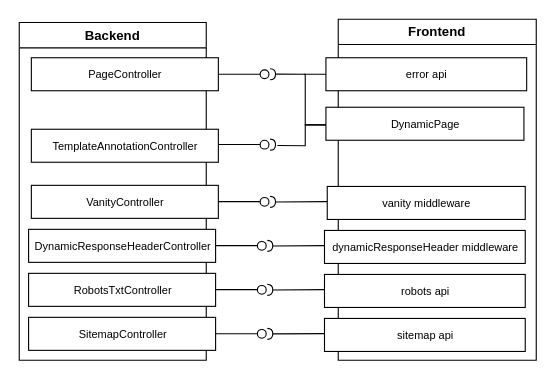
Earlier version of the draw.io diagram assets/backend-frontend.drawio (merkle-open/magnolia-headless). Source tidied: cells renumbered, new cells numbered last; positions are measured from the earlier drawing's top-left corner, leaving out a move shared by most shapes. Both pictures are drawn from the tidied source at 110%, with x=0, y=0 at pixel (19, 19).
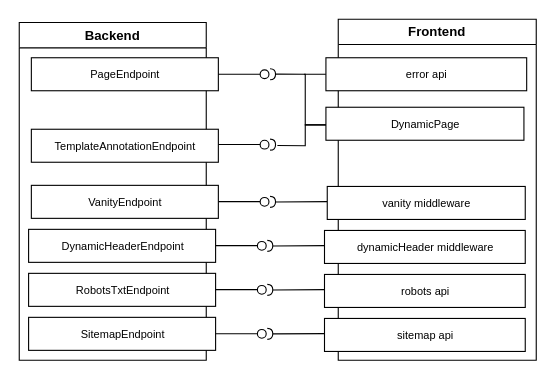
The same page after the edit.

Unchanged cells that the change refers to:
```xml
<mxCell id="6" value="Backend" style="swimlane;whiteSpace=wrap;html=1;" parent="1" vertex="1">
  <mxGeometry y="3" width="170" height="307" as="geometry" />
</mxCell>
```

Diff of the diagram source:
```diff
@@
-    <mxCell id="7" value="&lt;font style=&quot;font-size: 10px;&quot;&gt;PageController&lt;/font&gt;" style="html=1;rounded=0;" parent="6" vertex="1">
+    <mxCell id="7" value="&lt;font style=&quot;font-size: 10px;&quot;&gt;PageEndpoint&lt;/font&gt;" style="html=1;rounded=0;" parent="6" vertex="1">
       <mxGeometry x="11" y="32" width="170" height="30" as="geometry" />
     </mxCell>
-    <mxCell id="8" value="&lt;span style=&quot;font-size: 10px;&quot;&gt;TemplateAnnotationController&lt;/span&gt;" style="html=1;rounded=0;" parent="6" vertex="1">
+    <mxCell id="8" value="&lt;span style=&quot;font-size: 10px;&quot;&gt;TemplateAnnotation&lt;/span&gt;&lt;span style=&quot;font-size: 10px;&quot;&gt;Endpoint&lt;/span&gt;" style="html=1;rounded=0;" parent="6" vertex="1">
       <mxGeometry x="11" y="97" width="170" height="30" as="geometry" />
     </mxCell>
@@
-    <mxCell id="11" value="&lt;font style=&quot;font-size: 10px;&quot;&gt;VanityController&lt;/font&gt;" style="html=1;rounded=0;" parent="6" vertex="1">
+    <mxCell id="11" value="&lt;font style=&quot;font-size: 10px;&quot;&gt;Vanity&lt;/font&gt;&lt;span style=&quot;font-size: 10px;&quot;&gt;Endpoint&lt;/span&gt;" style="html=1;rounded=0;" parent="6" vertex="1">
       <mxGeometry x="11" y="148" width="170" height="30" as="geometry" />
     </mxCell>
@@
-    <mxCell id="23" value="&lt;span style=&quot;font-size: 10px;&quot;&gt;DynamicResponseHeaderController&lt;/span&gt;" style="html=1;rounded=0;" parent="1" vertex="1">
+    <mxCell id="23" value="&lt;span style=&quot;font-size: 10px;&quot;&gt;DynamicHeader&lt;/span&gt;&lt;span style=&quot;font-size: 10px;&quot;&gt;Endpoint&lt;/span&gt;" style="html=1;rounded=0;" parent="1" vertex="1">
       <mxGeometry x="8.5" y="191" width="170" height="30" as="geometry" />
     </mxCell>
-    <mxCell id="24" value="&lt;span style=&quot;font-size: 10px;&quot;&gt;dynamicResponseHeader middleware&lt;/span&gt;" style="html=1;rounded=0;direction=east;" parent="1" vertex="1">
+    <mxCell id="24" value="&lt;span style=&quot;font-size: 10px;&quot;&gt;dynamicHeader middleware&lt;/span&gt;" style="html=1;rounded=0;direction=east;" parent="1" vertex="1">
       <mxGeometry x="277.5" y="192" width="182.5" height="30" as="geometry" />
     </mxCell>
@@
-    <mxCell id="29" value="&lt;font style=&quot;font-size: 10px;&quot;&gt;RobotsTxtController&lt;/font&gt;" style="html=1;rounded=0;" parent="1" vertex="1">
+    <mxCell id="29" value="&lt;font style=&quot;font-size: 10px;&quot;&gt;RobotsTxt&lt;/font&gt;&lt;span style=&quot;font-size: 10px;&quot;&gt;Endpoint&lt;/span&gt;" style="html=1;rounded=0;" parent="1" vertex="1">
       <mxGeometry x="8.5" y="231" width="170" height="30" as="geometry" />
     </mxCell>
@@
-    <mxCell id="35" value="&lt;span style=&quot;font-size: 10px;&quot;&gt;SitemapController&lt;/span&gt;" style="html=1;rounded=0;" parent="1" vertex="1">
+    <mxCell id="35" value="&lt;span style=&quot;font-size: 10px;&quot;&gt;Sitemap&lt;/span&gt;&lt;span style=&quot;font-size: 10px;&quot;&gt;Endpoint&lt;/span&gt;" style="html=1;rounded=0;" parent="1" vertex="1">
       <mxGeometry x="8.5" y="271" width="170" height="30" as="geometry" />
     </mxCell>
```
